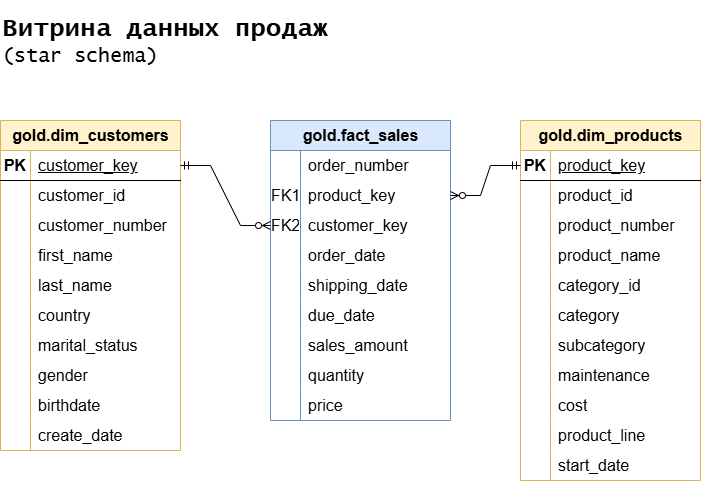
This is docs/модель данных.png from alibegvivi-cpu/SQL-DWH-project, a draw.io export, as it was before one commit. Source tidied: cells renumbered, new cells last; positions are measured from the earlier drawing's top-left corner, leaving out a move shared by most shapes.
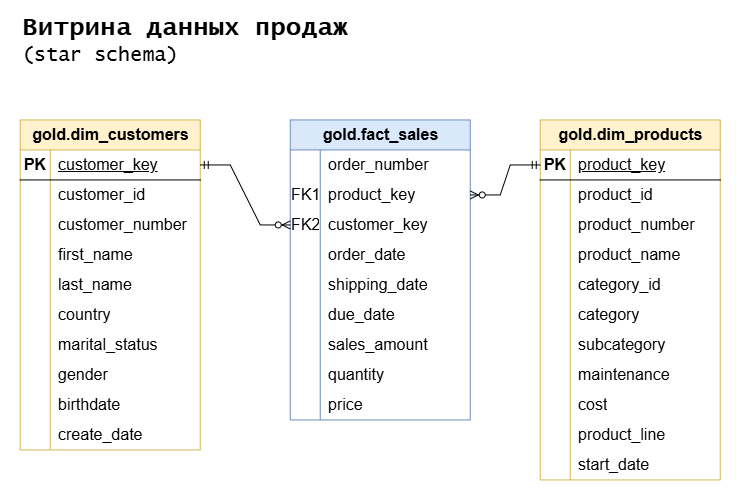
Later version of the same file.

What changed in the source:
```diff
@@ -2,6 +2,9 @@
   <root>
     <mxCell id="0" />
     <mxCell id="1" parent="0" />
+    <mxCell id="98" style="rounded=0;whiteSpace=wrap;html=1;strokeColor=none;" parent="1" vertex="1">
+      <mxGeometry x="-20" width="740" height="490" as="geometry" />
+    </mxCell>
     <mxCell id="2" value="gold.dim_customers" style="shape=table;startSize=30;rowLines=0;fontStyle=1;align=center;html=1;fontSize=16;fillColor=#fff2cc;strokeColor=#d6b656;" parent="1" vertex="1">
       <mxGeometry y="120" width="180" height="330" as="geometry" />
     </mxCell>
```
